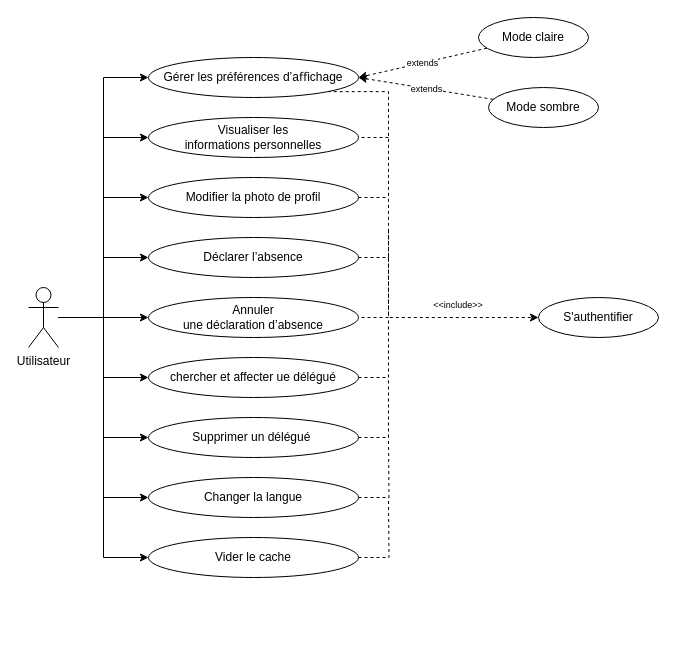
This is UseCaseSprint6.drawio from PFE-Neoledge-2023/rapport, a draw.io file, before an edit. Source tidied: cells renumbered, new cells numbered last; positions are measured from the earlier drawing's top-left corner, leaving out a move shared by most shapes. Both pictures are drawn from the tidied source at 100%, with x=0, y=0 at pixel (28, 17).
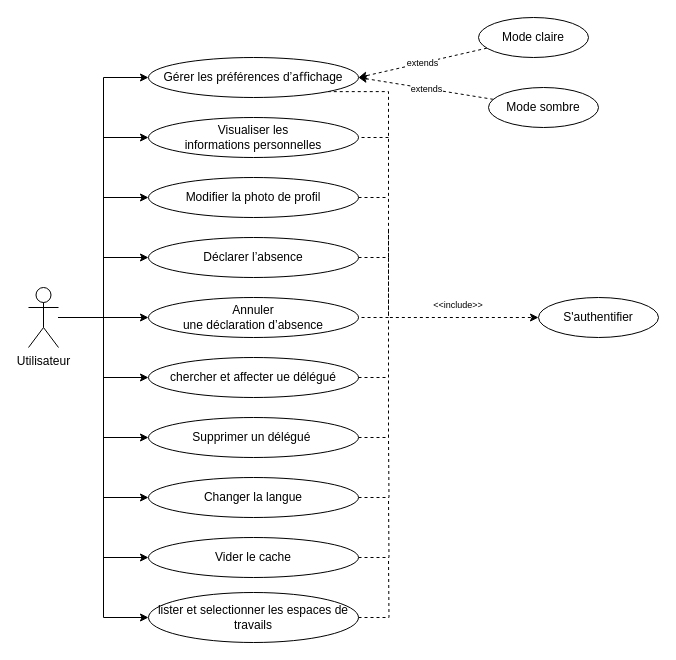
The same page after the edit.

Unchanged cells that the change refers to:
```xml
<mxCell id="11" value="Utilisateur" style="shape=umlActor;verticalLabelPosition=bottom;verticalAlign=top;html=1;outlineConnect=0;" parent="1" vertex="1">
  <mxGeometry y="270" width="30" height="60" as="geometry" />
</mxCell>
```

Diff of the diagram source:
```diff
@@
+    <mxCell id="36" style="edgeStyle=orthogonalEdgeStyle;rounded=0;html=1;entryX=0;entryY=0.5;entryDx=0;entryDy=0;endArrow=classic;endFill=1;" parent="1" edge="1" source="11" target="38">
+      <mxGeometry relative="1" as="geometry" />
+    </mxCell>
@@
+    <mxCell id="37" style="edgeStyle=orthogonalEdgeStyle;html=1;dashed=1;endArrow=none;endFill=0;rounded=0;" parent="1" edge="1" source="38">
+      <mxGeometry relative="1" as="geometry">
+        <mxPoint x="360" y="540" as="targetPoint" />
+      </mxGeometry>
+    </mxCell>
+    <mxCell id="38" value="lister et selectionner les espaces de travails" style="ellipse;whiteSpace=wrap;html=1;" parent="1" vertex="1">
+      <mxGeometry x="120" y="575" width="210" height="50" as="geometry" />
+    </mxCell>
```
